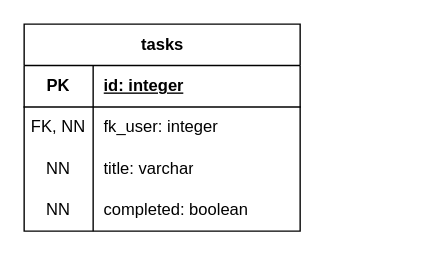
Earlier version of the draw.io diagram docs/DER.drawio (guilhermepk/tasker). Source tidied: cells renumbered, new cells numbered last; positions are measured from the earlier drawing's top-left corner, leaving out a move shared by most shapes. Both pictures are drawn from the tidied source at 138%, with x=0, y=0 at pixel (23, 23).
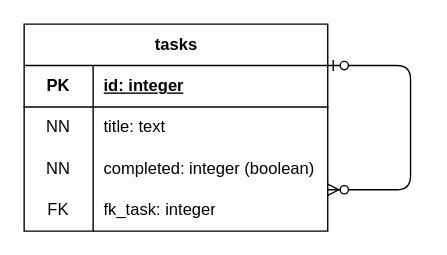
After the change.

Commit message:
subtasks no DER

What changed in the source:
```diff
@@
 <mxGraphModel>
   <root>
     <mxCell id="0" />
     <mxCell id="1" parent="0" />
     <mxCell id="2" value="tasks" style="shape=table;startSize=30;childLayout=tableLayout;rowLines=0;fontStyle=1;align=center;html=1;" parent="1" vertex="1">
-      <mxGeometry width="200" height="150" as="geometry" />
+      <mxGeometry width="220" height="150" as="geometry" />
     </mxCell>
     <mxCell id="3" style="shape=tableRow;horizontal=0;startSize=0;swimlaneHead=0;swimlaneBody=0;fillColor=none;top=0;left=0;right=0;bottom=1;" parent="2" vertex="1">
-      <mxGeometry y="30" width="200" height="30" as="geometry" />
+      <mxGeometry y="30" width="220" height="30" as="geometry" />
     </mxCell>
     <mxCell id="4" value="PK" style="shape=partialRectangle;fillColor=none;top=0;left=0;bottom=0;right=0;fontStyle=1;overflow=hidden;whiteSpace=wrap;html=1;" parent="3" vertex="1">
       <mxGeometry width="50" height="30" as="geometry" />
     </mxCell>
     <mxCell id="5" value="id: integer" style="shape=partialRectangle;fillColor=none;top=0;left=0;bottom=0;right=0;align=left;spacingLeft=6;fontStyle=5;overflow=hidden;whiteSpace=wrap;html=1;" parent="3" vertex="1">
-      <mxGeometry x="50" width="150" height="30" as="geometry" />
+      <mxGeometry x="50" width="170" height="30" as="geometry" />
     </mxCell>
-    <mxCell id="6" style="shape=tableRow;horizontal=0;startSize=0;swimlaneHead=0;swimlaneBody=0;fillColor=none;top=0;left=0;right=0;bottom=0;" parent="2" vertex="1">
-      <mxGeometry y="60" width="200" height="30" as="geometry" />
-    </mxCell>
-    <mxCell id="7" value="FK, NN" style="shape=partialRectangle;fillColor=none;top=0;left=0;bottom=0;right=0;overflow=hidden;whiteSpace=wrap;html=1;" parent="6" vertex="1">
-      <mxGeometry width="50" height="30" as="geometry" />
-    </mxCell>
-    <mxCell id="8" value="fk_user: integer" style="shape=partialRectangle;fillColor=none;top=0;left=0;bottom=0;right=0;align=left;spacingLeft=6;overflow=hidden;whiteSpace=wrap;html=1;" parent="6" vertex="1">
-      <mxGeometry x="50" width="150" height="30" as="geometry" />
-    </mxCell>
     <mxCell id="9" style="shape=tableRow;horizontal=0;startSize=0;swimlaneHead=0;swimlaneBody=0;fillColor=none;top=0;left=0;right=0;bottom=0;" parent="2" vertex="1">
-      <mxGeometry y="90" width="200" height="30" as="geometry" />
+      <mxGeometry y="60" width="220" height="30" as="geometry" />
     </mxCell>
     <mxCell id="10" value="NN" style="shape=partialRectangle;fillColor=none;top=0;left=0;bottom=0;right=0;overflow=hidden;whiteSpace=wrap;html=1;" parent="9" vertex="1">
       <mxGeometry width="50" height="30" as="geometry" />
     </mxCell>
-    <mxCell id="11" value="title: varchar" style="shape=partialRectangle;fillColor=none;top=0;left=0;bottom=0;right=0;align=left;spacingLeft=6;overflow=hidden;whiteSpace=wrap;html=1;" parent="9" vertex="1">
-      <mxGeometry x="50" width="150" height="30" as="geometry" />
+    <mxCell id="11" value="title: text" style="shape=partialRectangle;fillColor=none;top=0;left=0;bottom=0;right=0;align=left;spacingLeft=6;overflow=hidden;whiteSpace=wrap;html=1;" parent="9" vertex="1">
+      <mxGeometry x="50" width="170" height="30" as="geometry" />
     </mxCell>
     <mxCell id="12" style="shape=tableRow;horizontal=0;startSize=0;swimlaneHead=0;swimlaneBody=0;fillColor=none;top=0;left=0;right=0;bottom=0;" parent="2" vertex="1">
-      <mxGeometry y="120" width="200" height="30" as="geometry" />
+      <mxGeometry y="90" width="220" height="30" as="geometry" />
     </mxCell>
     <mxCell id="13" value="NN" style="shape=partialRectangle;fillColor=none;top=0;left=0;bottom=0;right=0;overflow=hidden;whiteSpace=wrap;html=1;" parent="12" vertex="1">
       <mxGeometry width="50" height="30" as="geometry" />
     </mxCell>
-    <mxCell id="14" value="completed: boolean" style="shape=partialRectangle;fillColor=none;top=0;left=0;bottom=0;right=0;align=left;spacingLeft=6;overflow=hidden;whiteSpace=wrap;html=1;" parent="12" vertex="1">
-      <mxGeometry x="50" width="150" height="30" as="geometry" />
+    <mxCell id="14" value="completed: integer (boolean)" style="shape=partialRectangle;fillColor=none;top=0;left=0;bottom=0;right=0;align=left;spacingLeft=6;overflow=hidden;whiteSpace=wrap;html=1;" parent="12" vertex="1">
+      <mxGeometry x="50" width="170" height="30" as="geometry" />
     </mxCell>
+    <mxCell id="15" style="shape=tableRow;horizontal=0;startSize=0;swimlaneHead=0;swimlaneBody=0;fillColor=none;top=0;left=0;right=0;bottom=0;" parent="2" vertex="1">
+      <mxGeometry y="120" width="220" height="30" as="geometry" />
+    </mxCell>
+    <mxCell id="16" value="FK" style="shape=partialRectangle;fillColor=none;top=0;left=0;bottom=0;right=0;overflow=hidden;whiteSpace=wrap;html=1;" parent="15" vertex="1">
+      <mxGeometry width="50" height="30" as="geometry" />
+    </mxCell>
+    <mxCell id="17" value="fk_task: integer" style="shape=partialRectangle;fillColor=none;top=0;left=0;bottom=0;right=0;align=left;spacingLeft=6;overflow=hidden;whiteSpace=wrap;html=1;" parent="15" vertex="1">
+      <mxGeometry x="50" width="170" height="30" as="geometry" />
+    </mxCell>
+    <mxCell id="18" style="edgeStyle=entityRelationEdgeStyle;fontSize=12;html=1;endArrow=ERzeroToMany;startArrow=ERzeroToOne;" parent="1" edge="1" source="2" target="2">
+      <mxGeometry relative="1" as="geometry">
+        <Array as="points">
+          <mxPoint x="280" y="30" />
+        </Array>
+      </mxGeometry>
+    </mxCell>
   </root>
 </mxGraphModel>
```
